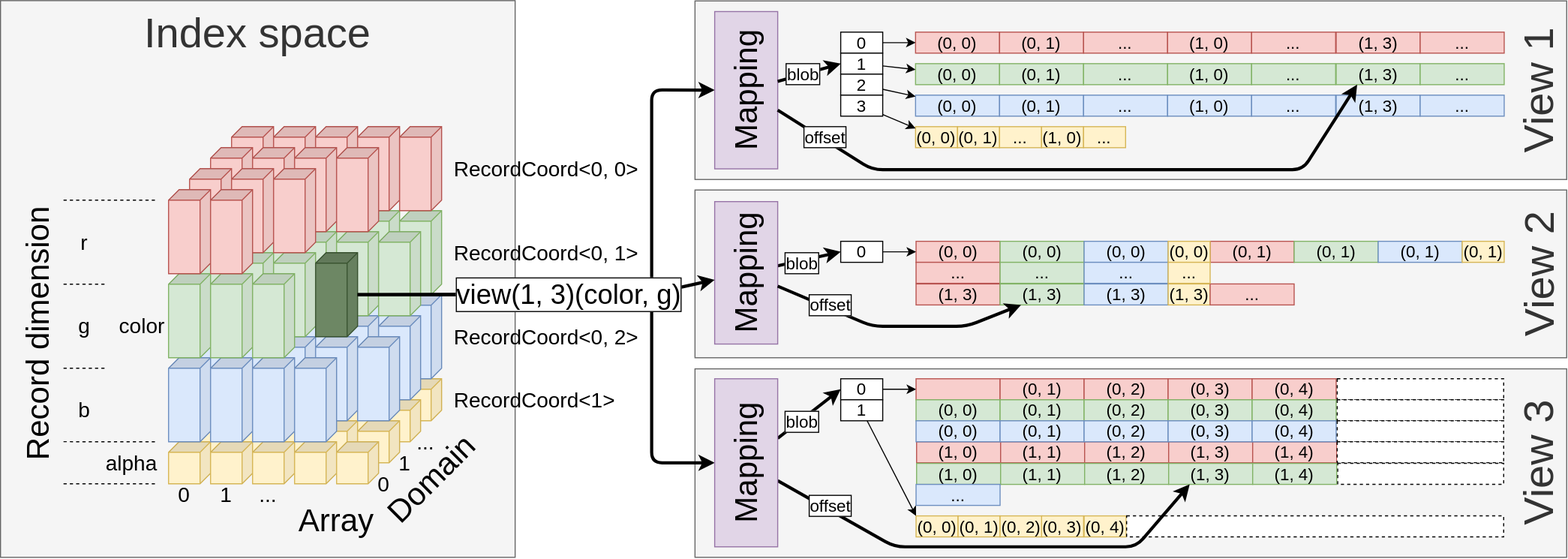
Earlier version of the draw.io export docs/images/mapping.svg (alpaka-group/llama). Source tidied: cells renumbered, new cells last; positions are measured from the earlier drawing's top-left corner, leaving out a move shared by most shapes.
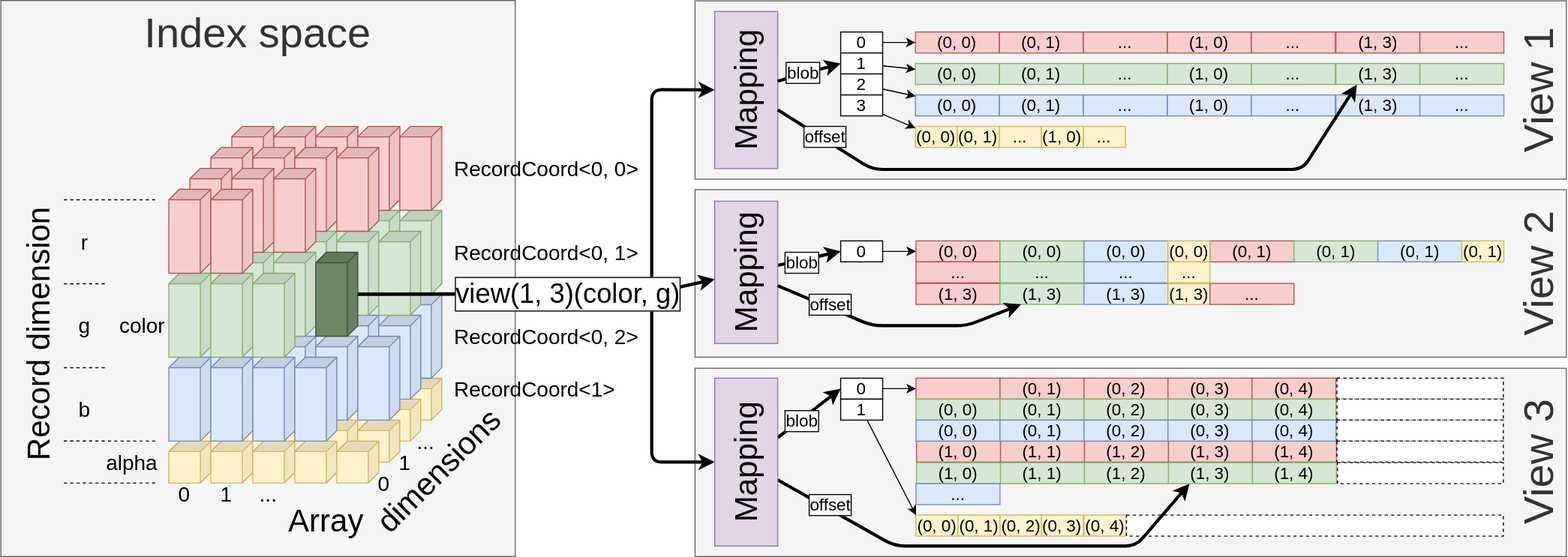
After the change.

Change to the diagram source:
```diff
@@ -23,10 +23,10 @@
       <mxGeometry x="98" width="490" height="530" as="geometry" />
     </mxCell>
     <mxCell id="7" value="Array" style="text;html=1;strokeColor=none;fillColor=none;align=center;verticalAlign=middle;whiteSpace=wrap;rounded=0;fontSize=30;" parent="1" vertex="1">
-      <mxGeometry x="378" y="480" width="80" height="30" as="geometry" />
+      <mxGeometry x="368" y="480.6" width="80" height="30" as="geometry" />
     </mxCell>
-    <mxCell id="8" value="Domain" style="text;html=1;strokeColor=none;fillColor=none;align=center;verticalAlign=middle;whiteSpace=wrap;rounded=0;fontSize=30;rotation=-45;" parent="1" vertex="1">
-      <mxGeometry x="448" y="440" width="120" height="30" as="geometry" />
+    <mxCell id="8" value="dimensions" style="text;html=1;strokeColor=none;fillColor=none;align=center;verticalAlign=middle;whiteSpace=wrap;rounded=0;fontSize=30;rotation=-45;" parent="1" vertex="1">
+      <mxGeometry x="445.1" y="432.9" width="140" height="30" as="geometry" />
     </mxCell>
     <mxCell id="9" value="0" style="text;html=1;strokeColor=none;fillColor=none;align=center;verticalAlign=middle;whiteSpace=wrap;rounded=0;fontSize=20;" parent="1" vertex="1">
       <mxGeometry x="258" y="460" width="30" height="20" as="geometry" />
@@ -98,7 +98,7 @@
       <mxGeometry x="528" y="310" width="180" height="20" as="geometry" />
     </mxCell>
     <mxCell id="27" value="RecordCoord&amp;lt;1&amp;gt;" style="text;html=1;strokeColor=none;fillColor=none;align=left;verticalAlign=middle;whiteSpace=wrap;rounded=0;fontSize=20;" parent="1" vertex="1">
-      <mxGeometry x="528" y="370" width="180" height="20" as="geometry" />
+      <mxGeometry x="528" y="360" width="180" height="20" as="geometry" />
     </mxCell>
     <mxCell id="28" style="endArrow=none;html=1;fontSize=20;dashed=1;" parent="1" edge="1">
       <mxGeometry relative="1" as="geometry">
```
